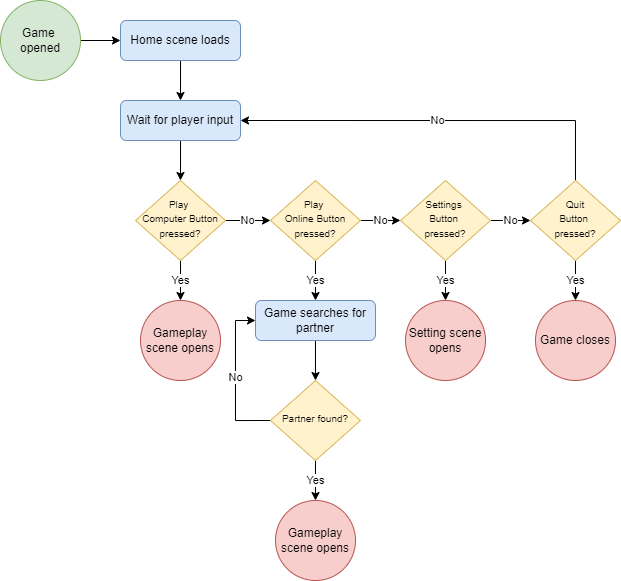
Earlier version of the draw.io export Design/HomeFlow.png (zkturman/TiltaPong). Source tidied: cells renumbered, new cells last; positions are measured from the earlier drawing's top-left corner, leaving out a move shared by most shapes. Source of this version:
```xml
<mxGraphModel>
  <root>
    <mxCell id="0" />
    <mxCell id="1" parent="0" />
    <mxCell id="2" value="No" style="edgeStyle=orthogonalEdgeStyle;rounded=0;jettySize=auto;html=1;exitX=1;exitY=0.5;exitDx=0;exitDy=0;entryX=0;entryY=0.5;entryDx=0;entryDy=0;" parent="1" edge="1" source="4" target="9">
      <mxGeometry relative="1" as="geometry" />
    </mxCell>
    <mxCell id="3" value="Yes" style="edgeStyle=orthogonalEdgeStyle;rounded=0;jettySize=auto;html=1;exitX=0.5;exitY=1;exitDx=0;exitDy=0;entryX=0.5;entryY=0;entryDx=0;entryDy=0;" parent="1" edge="1" source="4" target="26">
      <mxGeometry relative="1" as="geometry" />
    </mxCell>
    <mxCell id="4" value="&lt;font style=&quot;font-size: 10px&quot;&gt;Play &lt;br&gt;Computer Button pressed?&lt;/font&gt;" style="rhombus;whiteSpace=wrap;html=1;shadow=0;fontFamily=Helvetica;fontSize=12;align=center;strokeWidth=1;spacing=6;spacingTop=-4;fillColor=#fff2cc;strokeColor=#d6b656;" parent="1" vertex="1">
      <mxGeometry x="135" y="180" width="90" height="80" as="geometry" />
    </mxCell>
    <mxCell id="5" style="edgeStyle=orthogonalEdgeStyle;rounded=0;jettySize=auto;html=1;exitX=1;exitY=0.5;exitDx=0;exitDy=0;" parent="1" edge="1" source="6" target="17">
      <mxGeometry relative="1" as="geometry" />
    </mxCell>
    <mxCell id="6" value="Game&amp;nbsp;&lt;br&gt;opened" style="ellipse;whiteSpace=wrap;html=1;fillColor=#d5e8d4;strokeColor=#82b366;" parent="1" vertex="1">
      <mxGeometry width="80" height="80" as="geometry" />
    </mxCell>
    <mxCell id="7" value="No" style="edgeStyle=orthogonalEdgeStyle;rounded=0;jettySize=auto;html=1;exitX=1;exitY=0.5;exitDx=0;exitDy=0;entryX=0;entryY=0.5;entryDx=0;entryDy=0;" parent="1" edge="1" source="9" target="12">
      <mxGeometry relative="1" as="geometry" />
    </mxCell>
    <mxCell id="8" value="Yes" style="edgeStyle=orthogonalEdgeStyle;rounded=0;jettySize=auto;html=1;exitX=0.5;exitY=1;exitDx=0;exitDy=0;" parent="1" edge="1" source="9" target="22">
      <mxGeometry relative="1" as="geometry" />
    </mxCell>
    <mxCell id="9" value="&lt;font style=&quot;font-size: 10px&quot;&gt;Play &lt;br&gt;Online Button pressed?&lt;/font&gt;" style="rhombus;whiteSpace=wrap;html=1;shadow=0;fontFamily=Helvetica;fontSize=12;align=center;strokeWidth=1;spacing=6;spacingTop=-4;fillColor=#fff2cc;strokeColor=#d6b656;" parent="1" vertex="1">
      <mxGeometry x="270" y="180" width="90" height="80" as="geometry" />
    </mxCell>
    <mxCell id="10" value="No" style="edgeStyle=orthogonalEdgeStyle;rounded=0;jettySize=auto;html=1;exitX=1;exitY=0.5;exitDx=0;exitDy=0;entryX=0;entryY=0.5;entryDx=0;entryDy=0;" parent="1" edge="1" source="12" target="15">
      <mxGeometry relative="1" as="geometry" />
    </mxCell>
    <mxCell id="11" value="Yes" style="edgeStyle=orthogonalEdgeStyle;rounded=0;jettySize=auto;html=1;exitX=0.5;exitY=1;exitDx=0;exitDy=0;" parent="1" edge="1" source="12" target="19">
      <mxGeometry relative="1" as="geometry" />
    </mxCell>
    <mxCell id="12" value="&lt;font style=&quot;font-size: 10px&quot;&gt;Settings &lt;br&gt;Button &lt;br&gt;pressed?&lt;/font&gt;" style="rhombus;whiteSpace=wrap;html=1;shadow=0;fontFamily=Helvetica;fontSize=12;align=center;strokeWidth=1;spacing=6;spacingTop=-4;fillColor=#fff2cc;strokeColor=#d6b656;" parent="1" vertex="1">
      <mxGeometry x="400" y="180" width="90" height="80" as="geometry" />
    </mxCell>
    <mxCell id="13" value="No" style="edgeStyle=orthogonalEdgeStyle;rounded=0;jettySize=auto;html=1;exitX=0.5;exitY=0;exitDx=0;exitDy=0;entryX=1;entryY=0.5;entryDx=0;entryDy=0;" parent="1" edge="1" source="15" target="28">
      <mxGeometry relative="1" as="geometry" />
    </mxCell>
    <mxCell id="14" value="Yes" style="edgeStyle=orthogonalEdgeStyle;rounded=0;jettySize=auto;html=1;exitX=0.5;exitY=1;exitDx=0;exitDy=0;" parent="1" edge="1" source="15" target="18">
      <mxGeometry relative="1" as="geometry" />
    </mxCell>
    <mxCell id="15" value="&lt;font style=&quot;font-size: 10px&quot;&gt;Quit&lt;br&gt;Button &lt;br&gt;pressed?&lt;/font&gt;" style="rhombus;whiteSpace=wrap;html=1;shadow=0;fontFamily=Helvetica;fontSize=12;align=center;strokeWidth=1;spacing=6;spacingTop=-4;fillColor=#fff2cc;strokeColor=#d6b656;" parent="1" vertex="1">
      <mxGeometry x="530" y="180" width="90" height="80" as="geometry" />
    </mxCell>
    <mxCell id="16" style="edgeStyle=orthogonalEdgeStyle;rounded=0;jettySize=auto;html=1;exitX=0.5;exitY=1;exitDx=0;exitDy=0;" parent="1" edge="1" source="17" target="28">
      <mxGeometry relative="1" as="geometry" />
    </mxCell>
    <mxCell id="17" value="Home scene loads" style="rounded=1;whiteSpace=wrap;html=1;fillColor=#dae8fc;strokeColor=#6c8ebf;" parent="1" vertex="1">
      <mxGeometry x="120" y="20" width="120" height="40" as="geometry" />
    </mxCell>
    <mxCell id="18" value="Game closes" style="ellipse;whiteSpace=wrap;html=1;fillColor=#f8cecc;strokeColor=#b85450;" parent="1" vertex="1">
      <mxGeometry x="535" y="300" width="80" height="80" as="geometry" />
    </mxCell>
    <mxCell id="19" value="Setting scene opens" style="ellipse;whiteSpace=wrap;html=1;fillColor=#f8cecc;strokeColor=#b85450;" parent="1" vertex="1">
      <mxGeometry x="405" y="300" width="80" height="80" as="geometry" />
    </mxCell>
    <mxCell id="20" value="Gameplay scene opens" style="ellipse;whiteSpace=wrap;html=1;fillColor=#f8cecc;strokeColor=#b85450;" parent="1" vertex="1">
      <mxGeometry x="275" y="500" width="80" height="80" as="geometry" />
    </mxCell>
    <mxCell id="21" style="edgeStyle=orthogonalEdgeStyle;rounded=0;jettySize=auto;html=1;exitX=0.5;exitY=1;exitDx=0;exitDy=0;entryX=0.5;entryY=0;entryDx=0;entryDy=0;" parent="1" edge="1" source="22" target="25">
      <mxGeometry relative="1" as="geometry" />
    </mxCell>
    <mxCell id="22" value="Game searches for partner" style="rounded=1;whiteSpace=wrap;html=1;fillColor=#dae8fc;strokeColor=#6c8ebf;" parent="1" vertex="1">
      <mxGeometry x="255" y="300" width="120" height="40" as="geometry" />
    </mxCell>
    <mxCell id="23" value="No" style="edgeStyle=orthogonalEdgeStyle;rounded=0;jettySize=auto;html=1;exitX=0;exitY=0.5;exitDx=0;exitDy=0;entryX=0;entryY=0.5;entryDx=0;entryDy=0;" parent="1" edge="1" source="25" target="22">
      <mxGeometry relative="1" as="geometry" />
    </mxCell>
    <mxCell id="24" value="Yes" style="edgeStyle=orthogonalEdgeStyle;rounded=0;jettySize=auto;html=1;exitX=0.5;exitY=1;exitDx=0;exitDy=0;" parent="1" edge="1" source="25" target="20">
      <mxGeometry relative="1" as="geometry" />
    </mxCell>
    <mxCell id="25" value="&lt;span style=&quot;font-size: 10px&quot;&gt;Partner found?&lt;/span&gt;" style="rhombus;whiteSpace=wrap;html=1;shadow=0;fontFamily=Helvetica;fontSize=12;align=center;strokeWidth=1;spacing=6;spacingTop=-4;fillColor=#fff2cc;strokeColor=#d6b656;" parent="1" vertex="1">
      <mxGeometry x="270" y="380" width="90" height="80" as="geometry" />
    </mxCell>
    <mxCell id="26" value="Gameplay scene opens" style="ellipse;whiteSpace=wrap;html=1;fillColor=#f8cecc;strokeColor=#b85450;" parent="1" vertex="1">
      <mxGeometry x="140" y="300" width="80" height="80" as="geometry" />
    </mxCell>
    <mxCell id="27" style="edgeStyle=orthogonalEdgeStyle;rounded=0;jettySize=auto;html=1;exitX=0.5;exitY=1;exitDx=0;exitDy=0;entryX=0.5;entryY=0;entryDx=0;entryDy=0;" parent="1" edge="1" source="28" target="4">
      <mxGeometry relative="1" as="geometry" />
    </mxCell>
    <mxCell id="28" value="Wait for player input" style="rounded=1;whiteSpace=wrap;html=1;fillColor=#dae8fc;strokeColor=#6c8ebf;" parent="1" vertex="1">
      <mxGeometry x="120" y="100" width="120" height="40" as="geometry" />
    </mxCell>
  </root>
</mxGraphModel>
```
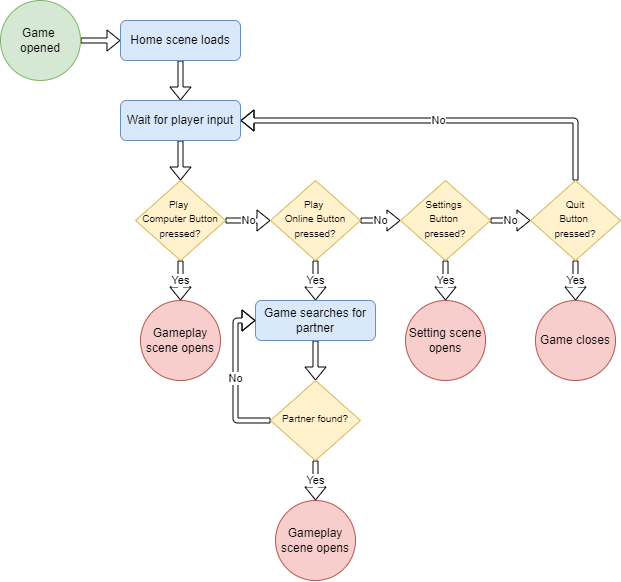
Above is the later version.

The edit, as a diff of the source:
```diff
@@ -2,49 +2,49 @@
   <root>
     <mxCell id="0" />
     <mxCell id="1" parent="0" />
-    <mxCell id="2" value="No" style="edgeStyle=orthogonalEdgeStyle;rounded=0;jettySize=auto;html=1;exitX=1;exitY=0.5;exitDx=0;exitDy=0;entryX=0;entryY=0.5;entryDx=0;entryDy=0;" parent="1" edge="1" source="4" target="9">
+    <mxCell id="2" value="No" style="edgeStyle=orthogonalEdgeStyle;rounded=1;jettySize=auto;html=1;exitX=1;exitY=0.5;exitDx=0;exitDy=0;entryX=0;entryY=0.5;entryDx=0;entryDy=0;shape=flexArrow;fillColor=default;endSize=4;width=5;endWidth=15;" parent="1" edge="1" source="4" target="9">
       <mxGeometry relative="1" as="geometry" />
     </mxCell>
-    <mxCell id="3" value="Yes" style="edgeStyle=orthogonalEdgeStyle;rounded=0;jettySize=auto;html=1;exitX=0.5;exitY=1;exitDx=0;exitDy=0;entryX=0.5;entryY=0;entryDx=0;entryDy=0;" parent="1" edge="1" source="4" target="26">
+    <mxCell id="3" value="Yes" style="edgeStyle=orthogonalEdgeStyle;rounded=1;jettySize=auto;html=1;exitX=0.5;exitY=1;exitDx=0;exitDy=0;entryX=0.5;entryY=0;entryDx=0;entryDy=0;shape=flexArrow;fillColor=default;endSize=4;width=5;endWidth=15;" parent="1" edge="1" source="4" target="26">
       <mxGeometry relative="1" as="geometry" />
     </mxCell>
     <mxCell id="4" value="&lt;font style=&quot;font-size: 10px&quot;&gt;Play &lt;br&gt;Computer Button pressed?&lt;/font&gt;" style="rhombus;whiteSpace=wrap;html=1;shadow=0;fontFamily=Helvetica;fontSize=12;align=center;strokeWidth=1;spacing=6;spacingTop=-4;fillColor=#fff2cc;strokeColor=#d6b656;" parent="1" vertex="1">
       <mxGeometry x="135" y="180" width="90" height="80" as="geometry" />
     </mxCell>
-    <mxCell id="5" style="edgeStyle=orthogonalEdgeStyle;rounded=0;jettySize=auto;html=1;exitX=1;exitY=0.5;exitDx=0;exitDy=0;" parent="1" edge="1" source="6" target="17">
+    <mxCell id="5" style="edgeStyle=orthogonalEdgeStyle;rounded=1;jettySize=auto;html=1;exitX=1;exitY=0.5;exitDx=0;exitDy=0;shape=flexArrow;fillColor=default;endSize=4;width=5;endWidth=15;" parent="1" edge="1" source="6" target="17">
       <mxGeometry relative="1" as="geometry" />
     </mxCell>
     <mxCell id="6" value="Game&amp;nbsp;&lt;br&gt;opened" style="ellipse;whiteSpace=wrap;html=1;fillColor=#d5e8d4;strokeColor=#82b366;" parent="1" vertex="1">
       <mxGeometry width="80" height="80" as="geometry" />
     </mxCell>
-    <mxCell id="7" value="No" style="edgeStyle=orthogonalEdgeStyle;rounded=0;jettySize=auto;html=1;exitX=1;exitY=0.5;exitDx=0;exitDy=0;entryX=0;entryY=0.5;entryDx=0;entryDy=0;" parent="1" edge="1" source="9" target="12">
+    <mxCell id="7" value="No" style="edgeStyle=orthogonalEdgeStyle;rounded=1;jettySize=auto;html=1;exitX=1;exitY=0.5;exitDx=0;exitDy=0;entryX=0;entryY=0.5;entryDx=0;entryDy=0;shape=flexArrow;fillColor=default;endSize=4;width=5;endWidth=15;" parent="1" edge="1" source="9" target="12">
       <mxGeometry relative="1" as="geometry" />
     </mxCell>
-    <mxCell id="8" value="Yes" style="edgeStyle=orthogonalEdgeStyle;rounded=0;jettySize=auto;html=1;exitX=0.5;exitY=1;exitDx=0;exitDy=0;" parent="1" edge="1" source="9" target="22">
+    <mxCell id="8" value="Yes" style="edgeStyle=orthogonalEdgeStyle;rounded=1;jettySize=auto;html=1;exitX=0.5;exitY=1;exitDx=0;exitDy=0;shape=flexArrow;fillColor=default;endSize=4;width=5;endWidth=15;" parent="1" edge="1" source="9" target="22">
       <mxGeometry relative="1" as="geometry" />
     </mxCell>
     <mxCell id="9" value="&lt;font style=&quot;font-size: 10px&quot;&gt;Play &lt;br&gt;Online Button pressed?&lt;/font&gt;" style="rhombus;whiteSpace=wrap;html=1;shadow=0;fontFamily=Helvetica;fontSize=12;align=center;strokeWidth=1;spacing=6;spacingTop=-4;fillColor=#fff2cc;strokeColor=#d6b656;" parent="1" vertex="1">
       <mxGeometry x="270" y="180" width="90" height="80" as="geometry" />
     </mxCell>
-    <mxCell id="10" value="No" style="edgeStyle=orthogonalEdgeStyle;rounded=0;jettySize=auto;html=1;exitX=1;exitY=0.5;exitDx=0;exitDy=0;entryX=0;entryY=0.5;entryDx=0;entryDy=0;" parent="1" edge="1" source="12" target="15">
+    <mxCell id="10" value="No" style="edgeStyle=orthogonalEdgeStyle;rounded=1;jettySize=auto;html=1;exitX=1;exitY=0.5;exitDx=0;exitDy=0;entryX=0;entryY=0.5;entryDx=0;entryDy=0;shape=flexArrow;fillColor=default;endSize=4;width=5;endWidth=15;" parent="1" edge="1" source="12" target="15">
       <mxGeometry relative="1" as="geometry" />
     </mxCell>
-    <mxCell id="11" value="Yes" style="edgeStyle=orthogonalEdgeStyle;rounded=0;jettySize=auto;html=1;exitX=0.5;exitY=1;exitDx=0;exitDy=0;" parent="1" edge="1" source="12" target="19">
+    <mxCell id="11" value="Yes" style="edgeStyle=orthogonalEdgeStyle;rounded=1;jettySize=auto;html=1;exitX=0.5;exitY=1;exitDx=0;exitDy=0;shape=flexArrow;fillColor=default;endSize=4;width=5;endWidth=15;" parent="1" edge="1" source="12" target="19">
       <mxGeometry relative="1" as="geometry" />
     </mxCell>
     <mxCell id="12" value="&lt;font style=&quot;font-size: 10px&quot;&gt;Settings &lt;br&gt;Button &lt;br&gt;pressed?&lt;/font&gt;" style="rhombus;whiteSpace=wrap;html=1;shadow=0;fontFamily=Helvetica;fontSize=12;align=center;strokeWidth=1;spacing=6;spacingTop=-4;fillColor=#fff2cc;strokeColor=#d6b656;" parent="1" vertex="1">
       <mxGeometry x="400" y="180" width="90" height="80" as="geometry" />
     </mxCell>
-    <mxCell id="13" value="No" style="edgeStyle=orthogonalEdgeStyle;rounded=0;jettySize=auto;html=1;exitX=0.5;exitY=0;exitDx=0;exitDy=0;entryX=1;entryY=0.5;entryDx=0;entryDy=0;" parent="1" edge="1" source="15" target="28">
+    <mxCell id="13" value="No" style="edgeStyle=orthogonalEdgeStyle;rounded=1;jettySize=auto;html=1;exitX=0.5;exitY=0;exitDx=0;exitDy=0;entryX=1;entryY=0.5;entryDx=0;entryDy=0;shape=flexArrow;fillColor=default;endSize=4;width=5;endWidth=15;" parent="1" edge="1" source="15" target="28">
       <mxGeometry relative="1" as="geometry" />
     </mxCell>
-    <mxCell id="14" value="Yes" style="edgeStyle=orthogonalEdgeStyle;rounded=0;jettySize=auto;html=1;exitX=0.5;exitY=1;exitDx=0;exitDy=0;" parent="1" edge="1" source="15" target="18">
+    <mxCell id="14" value="Yes" style="edgeStyle=orthogonalEdgeStyle;rounded=1;jettySize=auto;html=1;exitX=0.5;exitY=1;exitDx=0;exitDy=0;shape=flexArrow;fillColor=default;endSize=4;width=5;endWidth=15;" parent="1" edge="1" source="15" target="18">
       <mxGeometry relative="1" as="geometry" />
     </mxCell>
     <mxCell id="15" value="&lt;font style=&quot;font-size: 10px&quot;&gt;Quit&lt;br&gt;Button &lt;br&gt;pressed?&lt;/font&gt;" style="rhombus;whiteSpace=wrap;html=1;shadow=0;fontFamily=Helvetica;fontSize=12;align=center;strokeWidth=1;spacing=6;spacingTop=-4;fillColor=#fff2cc;strokeColor=#d6b656;" parent="1" vertex="1">
       <mxGeometry x="530" y="180" width="90" height="80" as="geometry" />
     </mxCell>
-    <mxCell id="16" style="edgeStyle=orthogonalEdgeStyle;rounded=0;jettySize=auto;html=1;exitX=0.5;exitY=1;exitDx=0;exitDy=0;" parent="1" edge="1" source="17" target="28">
+    <mxCell id="16" style="edgeStyle=orthogonalEdgeStyle;rounded=1;jettySize=auto;html=1;exitX=0.5;exitY=1;exitDx=0;exitDy=0;shape=flexArrow;fillColor=default;endSize=4;width=5;endWidth=15;" parent="1" edge="1" source="17" target="28">
       <mxGeometry relative="1" as="geometry" />
     </mxCell>
     <mxCell id="17" value="Home scene loads" style="rounded=1;whiteSpace=wrap;html=1;fillColor=#dae8fc;strokeColor=#6c8ebf;" parent="1" vertex="1">
@@ -59,16 +59,16 @@
     <mxCell id="20" value="Gameplay scene opens" style="ellipse;whiteSpace=wrap;html=1;fillColor=#f8cecc;strokeColor=#b85450;" parent="1" vertex="1">
       <mxGeometry x="275" y="500" width="80" height="80" as="geometry" />
     </mxCell>
-    <mxCell id="21" style="edgeStyle=orthogonalEdgeStyle;rounded=0;jettySize=auto;html=1;exitX=0.5;exitY=1;exitDx=0;exitDy=0;entryX=0.5;entryY=0;entryDx=0;entryDy=0;" parent="1" edge="1" source="22" target="25">
+    <mxCell id="21" style="edgeStyle=orthogonalEdgeStyle;rounded=1;jettySize=auto;html=1;exitX=0.5;exitY=1;exitDx=0;exitDy=0;entryX=0.5;entryY=0;entryDx=0;entryDy=0;shape=flexArrow;fillColor=default;endSize=4;width=5;endWidth=15;" parent="1" edge="1" source="22" target="25">
       <mxGeometry relative="1" as="geometry" />
     </mxCell>
     <mxCell id="22" value="Game searches for partner" style="rounded=1;whiteSpace=wrap;html=1;fillColor=#dae8fc;strokeColor=#6c8ebf;" parent="1" vertex="1">
       <mxGeometry x="255" y="300" width="120" height="40" as="geometry" />
     </mxCell>
-    <mxCell id="23" value="No" style="edgeStyle=orthogonalEdgeStyle;rounded=0;jettySize=auto;html=1;exitX=0;exitY=0.5;exitDx=0;exitDy=0;entryX=0;entryY=0.5;entryDx=0;entryDy=0;" parent="1" edge="1" source="25" target="22">
+    <mxCell id="23" value="No" style="edgeStyle=orthogonalEdgeStyle;rounded=1;jettySize=auto;html=1;exitX=0;exitY=0.5;exitDx=0;exitDy=0;entryX=0;entryY=0.5;entryDx=0;entryDy=0;shape=flexArrow;fillColor=default;endSize=4;width=5;endWidth=15;" parent="1" edge="1" source="25" target="22">
       <mxGeometry relative="1" as="geometry" />
     </mxCell>
-    <mxCell id="24" value="Yes" style="edgeStyle=orthogonalEdgeStyle;rounded=0;jettySize=auto;html=1;exitX=0.5;exitY=1;exitDx=0;exitDy=0;" parent="1" edge="1" source="25" target="20">
+    <mxCell id="24" value="Yes" style="edgeStyle=orthogonalEdgeStyle;rounded=1;jettySize=auto;html=1;exitX=0.5;exitY=1;exitDx=0;exitDy=0;shape=flexArrow;fillColor=default;endSize=4;width=5;endWidth=15;" parent="1" edge="1" source="25" target="20">
       <mxGeometry relative="1" as="geometry" />
     </mxCell>
     <mxCell id="25" value="&lt;span style=&quot;font-size: 10px&quot;&gt;Partner found?&lt;/span&gt;" style="rhombus;whiteSpace=wrap;html=1;shadow=0;fontFamily=Helvetica;fontSize=12;align=center;strokeWidth=1;spacing=6;spacingTop=-4;fillColor=#fff2cc;strokeColor=#d6b656;" parent="1" vertex="1">
@@ -77,7 +77,7 @@
     <mxCell id="26" value="Gameplay scene opens" style="ellipse;whiteSpace=wrap;html=1;fillColor=#f8cecc;strokeColor=#b85450;" parent="1" vertex="1">
       <mxGeometry x="140" y="300" width="80" height="80" as="geometry" />
     </mxCell>
-    <mxCell id="27" style="edgeStyle=orthogonalEdgeStyle;rounded=0;jettySize=auto;html=1;exitX=0.5;exitY=1;exitDx=0;exitDy=0;entryX=0.5;entryY=0;entryDx=0;entryDy=0;" parent="1" edge="1" source="28" target="4">
+    <mxCell id="27" style="edgeStyle=orthogonalEdgeStyle;rounded=1;jettySize=auto;html=1;exitX=0.5;exitY=1;exitDx=0;exitDy=0;entryX=0.5;entryY=0;entryDx=0;entryDy=0;shape=flexArrow;fillColor=default;endSize=4;width=5;endWidth=15;" parent="1" edge="1" source="28" target="4">
       <mxGeometry relative="1" as="geometry" />
     </mxCell>
     <mxCell id="28" value="Wait for player input" style="rounded=1;whiteSpace=wrap;html=1;fillColor=#dae8fc;strokeColor=#6c8ebf;" parent="1" vertex="1">
```
